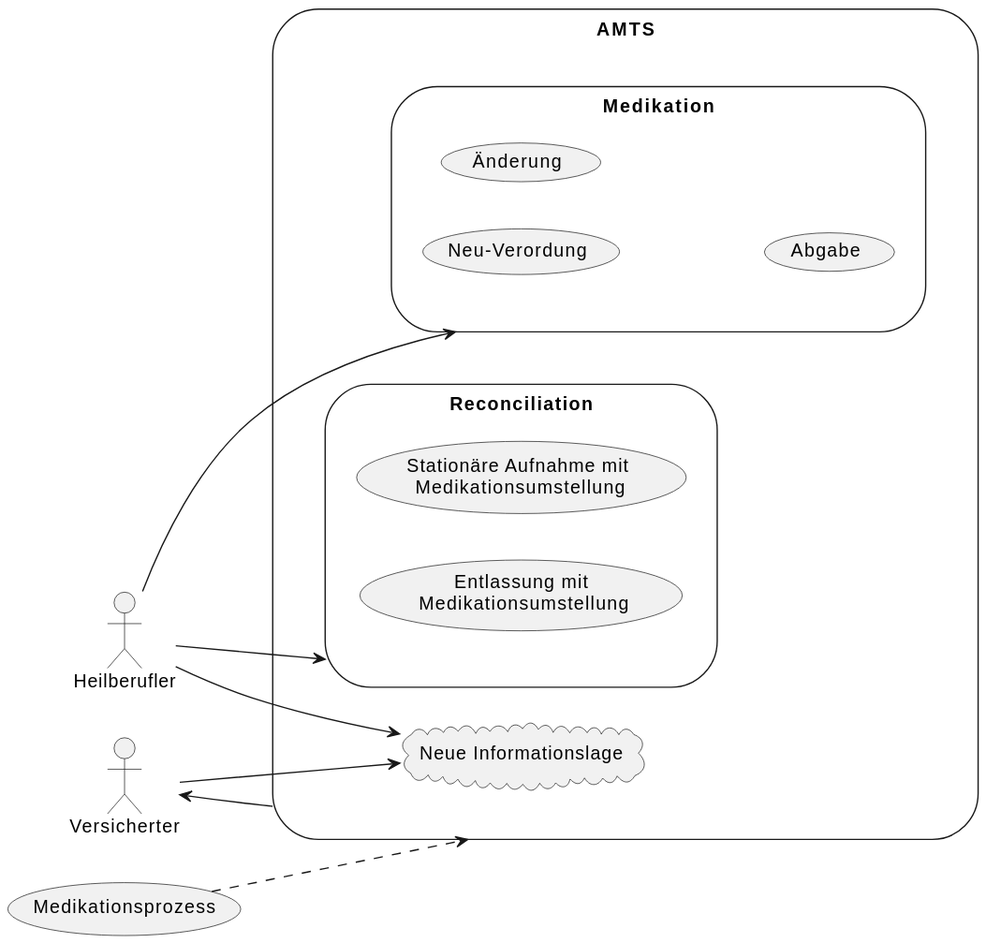
Before: Material/images/diagrams/amts_usecases.svg, a diagram exported from PlantUML (gematik/spec-ISiK-Medikation). Source of this version:
```plantuml
@startuml
left to right direction
skinparam packageStyle storage
actor :Heilberufler:
actor Versicherter
storage (AMTS) {
    storage (Medikation){
        (Neu-Verordung)
        (Änderung)
        (Abgabe)
    }
    storage (Reconciliation){
        (Stationäre Aufnahme mit\n Medikationsumstellung)
        (Entlassung mit\n Medikationsumstellung)
    }
    cloud "Neue Informationslage" as cl1 {
    }
}
(Medikationsprozess) ..> (AMTS)
Heilberufler --> Medikation
Heilberufler -> Reconciliation
Heilberufler --> cl1
Versicherter <-- AMTS
Versicherter --> cl1
@enduml
```
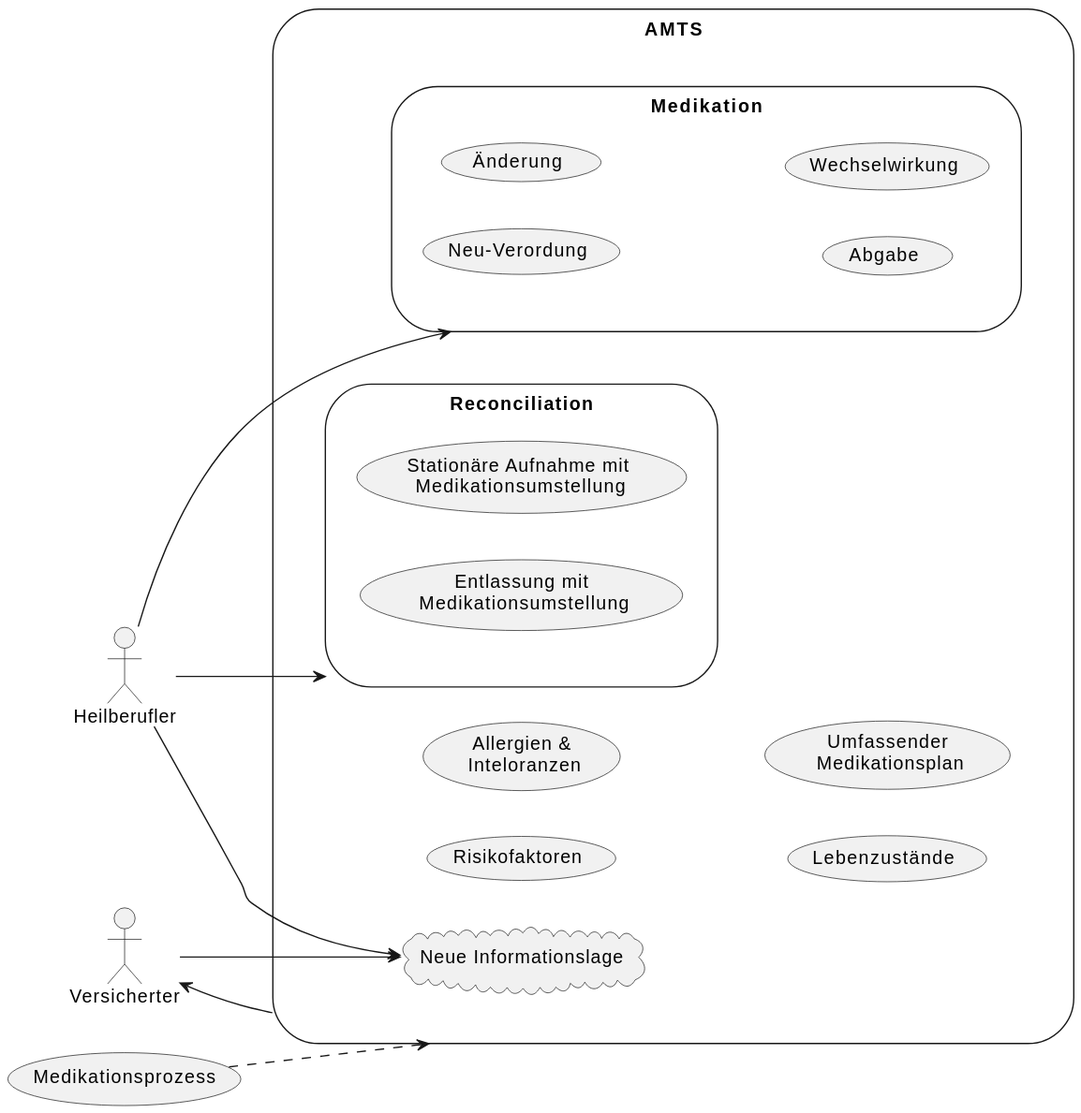
After the commit.

Change to the diagram source:
```diff
@@ -8,11 +8,16 @@
         (Neu-Verordung)
         (Änderung)
         (Abgabe)
+        (Wechselwirkung)
     }
     storage (Reconciliation){
         (Stationäre Aufnahme mit\n Medikationsumstellung)
         (Entlassung mit\n Medikationsumstellung)
     }
+    (Risikofaktoren)
+    (Allergien &\n Inteloranzen)
+    (Lebenzustände)
+    (Umfassender\n Medikationsplan)
     cloud "Neue Informationslage" as cl1 {
     }
 }
```
